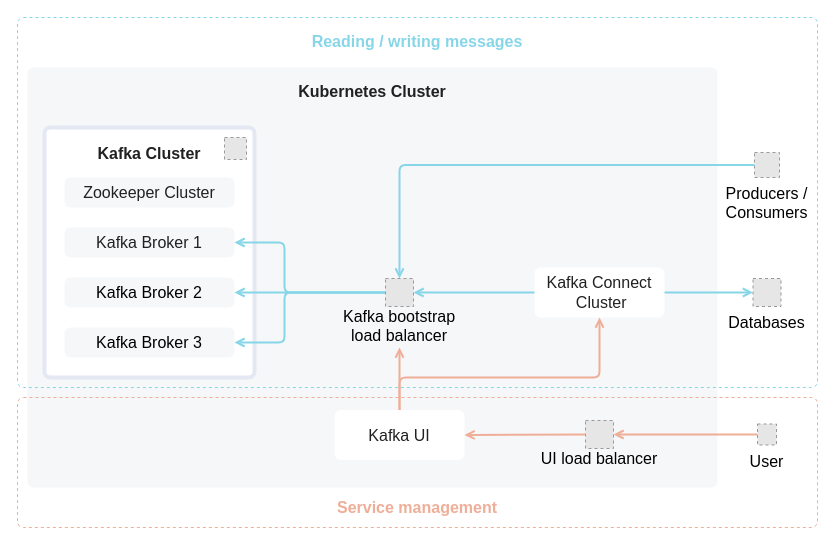
vk-cs/docs-public keeps this draw.io diagram as docs/ru/data-platform/kafka/concepts/architecture/assets/arch_diagram.drawio. Above is the earlier version. Source tidied: cells renumbered, new cells numbered last; positions are measured from the earlier drawing's top-left corner, leaving out a move shared by most shapes. Both pictures are drawn from the tidied source at 100%, with x=0, y=0 at pixel (17, 17). Pictures stored in the file or linked from it are replaced by grey dashed boxes.
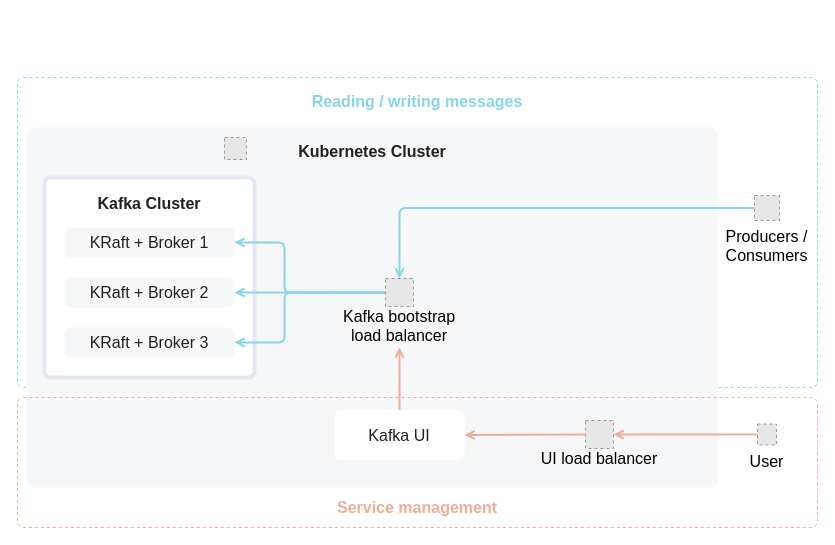
After the change.

Commit message (it also covers changes not shown here):
VKCSDOCS-2713: Обновить информацию о Kafka UI

Unchanged cells that the change refers to:
```xml
<mxCell id="9" value="&lt;font style=&quot;font-size: 16px;&quot; color=&quot;#212121&quot;&gt;Kafka UI&lt;/font&gt;" style="rounded=1;whiteSpace=wrap;html=1;fontFamily=VK Sans Display;strokeColor=none;arcsize=12;fillColor=#FFFFFF;spacing=0;spacingTop=12;spacingBottom=12;arcSize=12;absoluteArcSize=1;" parent="1" vertex="1">
  <mxGeometry x="317" y="392.5" width="130" height="50" as="geometry" />
</mxCell>
<mxCell id="15" value="Kafka bootstrap&#10;load balancer" style="fillColor=#E6E6E6;strokeColor=#999999;dashed=1;verticalLabelPosition=bottom;labelBackgroundColor=none;verticalAlign=top;fontFamily=VK Sans Display;fontSize=16;spacing=2;spacingTop=-6;" parent="1" vertex="1">
  <mxGeometry x="368" y="261" width="28" height="28" as="geometry" />
</mxCell>
```

The edit, as a diff of the source:
```diff
@@
+    <mxCell id="27" value="&lt;span style=&quot;font-size: 16px;&quot;&gt;&lt;font color=&quot;#87d6e8&quot; style=&quot;font-size: 16px;&quot;&gt;Reading / writing messages&lt;/font&gt;&lt;/span&gt;" style="rounded=1;whiteSpace=wrap;html=1;strokeColor=#87D6E8;strokeWidth=1;fontColor=#212121;fillColor=none;dashed=1;fontFamily=VK Sans Display;verticalAlign=top;spacing=10;fontStyle=1;arcSize=12;absoluteArcSize=1;fontSize=16;" parent="1" vertex="1">
+      <mxGeometry y="60" width="800" height="310" as="geometry" />
+    </mxCell>
     <mxCell id="2" value="&lt;font style=&quot;font-size: 16px;&quot; color=&quot;#212121&quot;&gt;Kubernetes Cluster&lt;/font&gt;" style="rounded=1;whiteSpace=wrap;html=1;fontFamily=VK Sans Display;strokeColor=none;arcSize=12;fillColor=#F6F7F9;spacing=10;verticalAlign=top;spacingTop=0;spacingLeft=0;spacingBottom=0;fontStyle=1;arcSize=12;absoluteArcSize=1;labelBackgroundColor=none;" parent="1" vertex="1">
-      <mxGeometry x="10" y="50" width="690" height="420" as="geometry" />
+      <mxGeometry x="10" y="110" width="690" height="360" as="geometry" />
     </mxCell>
     <mxCell id="3" value="&lt;font style=&quot;font-size: 16px;&quot; color=&quot;#212121&quot;&gt;Kafka Cluster&lt;/font&gt;" style="rounded=1;whiteSpace=wrap;html=1;fontFamily=VK Sans Display;strokeColor=#E3E8F2;arcSize=12;fillColor=#FFF;spacing=12;verticalAlign=top;spacingTop=0;strokeWidth=4;spacingLeft=0;spacingBottom=0;fontStyle=1;absoluteArcSize=1;" parent="1" vertex="1">
-      <mxGeometry x="27" y="110" width="210" height="250" as="geometry" />
+      <mxGeometry x="27" y="160" width="210" height="200" as="geometry" />
     </mxCell>
-    <mxCell id="4" value="&lt;font style=&quot;font-size: 16px;&quot; color=&quot;#212121&quot;&gt;Zookeeper Cluster&lt;/font&gt;" style="rounded=1;whiteSpace=wrap;html=1;fontFamily=VK Sans Display;strokeColor=none;arcsize=12;fillColor=#F6F7F9;spacing=0;spacingTop=12;spacingBottom=12;arcSize=12;absoluteArcSize=1;" parent="1" vertex="1">
-      <mxGeometry x="47" y="160" width="170" height="30" as="geometry" />
+    <mxCell id="4" value="&lt;font style=&quot;font-size: 16px;&quot; color=&quot;#212121&quot;&gt;KRaft +&amp;nbsp;&lt;/font&gt;&lt;font style=&quot;font-size: 16px;&quot; color=&quot;#212121&quot;&gt;Broker 1&lt;/font&gt;" style="rounded=1;whiteSpace=wrap;html=1;fontFamily=VK Sans Display;strokeColor=none;arcsize=12;fillColor=#F6F7F9;spacing=0;spacingTop=12;spacingBottom=12;arcSize=12;absoluteArcSize=1;" parent="1" vertex="1">
+      <mxGeometry x="47" y="210" width="170" height="30" as="geometry" />
     </mxCell>
-    <mxCell id="5" value="&lt;font style=&quot;font-size: 16px;&quot; color=&quot;#212121&quot;&gt;Kafka Broker 1&lt;/font&gt;" style="rounded=1;whiteSpace=wrap;html=1;fontFamily=VK Sans Display;strokeColor=none;arcsize=12;fillColor=#F6F7F9;spacing=0;spacingTop=12;spacingBottom=12;arcSize=12;absoluteArcSize=1;" parent="1" vertex="1">
-      <mxGeometry x="47" y="210" width="170" height="30" as="geometry" />
+    <mxCell id="5" value="&lt;font style=&quot;font-size: 16px;&quot; color=&quot;#212121&quot;&gt;KRaft +&amp;nbsp;&lt;/font&gt;&lt;font style=&quot;font-size: 16px;&quot; color=&quot;#212121&quot;&gt;Broker 2&lt;/font&gt;" style="rounded=1;whiteSpace=wrap;html=1;fontFamily=VK Sans Display;strokeColor=none;arcsize=12;fillColor=#F6F7F9;spacing=0;spacingTop=12;spacingBottom=12;arcSize=12;absoluteArcSize=1;" parent="1" vertex="1">
+      <mxGeometry x="47" y="260" width="170" height="30" as="geometry" />
     </mxCell>
-    <mxCell id="6" value="&lt;font style=&quot;font-size: 16px;&quot;&gt;Kafka Broker 2&lt;/font&gt;" style="rounded=1;whiteSpace=wrap;html=1;fontFamily=VK Sans Display;strokeColor=none;arcsize=12;fillColor=#F6F7F9;spacing=0;spacingTop=12;spacingBottom=12;arcSize=12;absoluteArcSize=1;" parent="1" vertex="1">
-      <mxGeometry x="47" y="260" width="170" height="30" as="geometry" />
+    <mxCell id="6" value="&lt;font style=&quot;font-size: 16px;&quot; color=&quot;#212121&quot;&gt;KRaft +&amp;nbsp;&lt;/font&gt;&lt;font style=&quot;font-size: 16px;&quot; color=&quot;#212121&quot;&gt;Broker 3&lt;/font&gt;" style="rounded=1;whiteSpace=wrap;html=1;fontFamily=VK Sans Display;strokeColor=none;arcsize=12;fillColor=#F6F7F9;spacing=0;spacingTop=12;spacingBottom=12;arcSize=12;absoluteArcSize=1;" parent="1" vertex="1">
+      <mxGeometry x="47" y="310" width="170" height="30" as="geometry" />
     </mxCell>
-    <mxCell id="7" value="&lt;font style=&quot;font-size: 16px;&quot;&gt;Kafka Broker 3&lt;/font&gt;" style="rounded=1;whiteSpace=wrap;html=1;fontFamily=VK Sans Display;strokeColor=none;arcsize=12;fillColor=#F6F7F9;spacing=0;spacingTop=12;spacingBottom=12;arcSize=12;absoluteArcSize=1;" parent="1" vertex="1">
-      <mxGeometry x="47" y="310" width="170" height="30" as="geometry" />
-    </mxCell>
-    <mxCell id="8" value="&lt;font style=&quot;font-size: 16px;&quot; color=&quot;#212121&quot;&gt;Kafka Connect&lt;br&gt;&amp;nbsp;Cluster&lt;/font&gt;" style="rounded=1;whiteSpace=wrap;html=1;fontFamily=VK Sans Display;strokeColor=none;arcsize=12;fillColor=#FFFFFF;spacing=0;spacingTop=12;spacingBottom=12;arcSize=12;absoluteArcSize=1;" parent="1" vertex="1">
-      <mxGeometry x="517" y="250" width="130" height="50" as="geometry" />
-    </mxCell>
@@
-    <mxCell id="12" style="endArrow=open;html=1;fontFamily=VK Sans Display;fontColor=#212121;rounded=0;strokeColor=#87D6E8;endFill=0;strokeWidth=2;arcSize=8;exitX=0;exitY=0.5;exitDx=0;exitDy=0;entryX=1;entryY=0.5;entryDx=0;entryDy=0;" parent="1" edge="1" source="15" target="6">
+    <mxCell id="12" style="endArrow=open;html=1;fontFamily=VK Sans Display;fontColor=#212121;rounded=0;strokeColor=#87D6E8;endFill=0;strokeWidth=2;arcSize=8;exitX=0;exitY=0.5;exitDx=0;exitDy=0;entryX=1;entryY=0.5;entryDx=0;entryDy=0;" parent="1" edge="1" source="15" target="5">
       <mxGeometry relative="1" as="geometry" />
     </mxCell>
-    <mxCell id="13" style="endArrow=none;html=1;fontFamily=VK Sans Display;fontColor=#212121;rounded=1;strokeColor=#87D6E8;endFill=0;arcsize=8;startArrow=open;startFill=0;strokeWidth=2;arcSize=12;entryX=0;entryY=0.5;entryDx=0;entryDy=0;exitX=1;exitY=0.5;exitDx=0;exitDy=0;" parent="1" edge="1" source="5" target="15">
+    <mxCell id="13" style="endArrow=none;html=1;fontFamily=VK Sans Display;fontColor=#212121;rounded=1;strokeColor=#87D6E8;endFill=0;arcsize=8;startArrow=open;startFill=0;strokeWidth=2;arcSize=12;entryX=0;entryY=0.5;entryDx=0;entryDy=0;exitX=1;exitY=0.5;exitDx=0;exitDy=0;" parent="1" edge="1" source="4" target="15">
       <mxGeometry relative="1" as="geometry">
         <Array as="points">
           <mxPoint x="267" y="225" />
           <mxPoint x="267" y="275" />
         </Array>
       </mxGeometry>
     </mxCell>
-    <mxCell id="14" style="endArrow=none;html=1;fontFamily=VK Sans Display;fontColor=#212121;rounded=1;strokeColor=#87D6E8;endFill=0;arcsize=8;startArrow=open;startFill=0;strokeWidth=2;arcSize=12;entryX=0;entryY=0.5;entryDx=0;entryDy=0;exitX=1;exitY=0.5;exitDx=0;exitDy=0;" parent="1" edge="1" source="7" target="15">
+    <mxCell id="14" style="endArrow=none;html=1;fontFamily=VK Sans Display;fontColor=#212121;rounded=1;strokeColor=#87D6E8;endFill=0;arcsize=8;startArrow=open;startFill=0;strokeWidth=2;arcSize=12;entryX=0;entryY=0.5;entryDx=0;entryDy=0;exitX=1;exitY=0.5;exitDx=0;exitDy=0;" parent="1" edge="1" source="6" target="15">
       <mxGeometry relative="1" as="geometry">
         <Array as="points">
           <mxPoint x="267" y="325" />
           <mxPoint x="267" y="275" />
         </Array>
       </mxGeometry>
     </mxCell>
@@
     <mxCell id="16" value="Producers / &#10;Consumers" style="fillColor=#E6E6E6;strokeColor=#999999;dashed=1;verticalLabelPosition=bottom;labelBackgroundColor=default;verticalAlign=top;fontFamily=VK Sans Display;fontSize=16;" parent="1" vertex="1">
-      <mxGeometry x="737" y="135" width="25" height="25" as="geometry" />
+      <mxGeometry x="737" y="178" width="25" height="25" as="geometry" />
     </mxCell>
@@
-    <mxCell id="19" style="endArrow=open;html=1;fontFamily=VK Sans Display;fontColor=#212121;rounded=0;strokeColor=#87D6E8;endFill=0;strokeWidth=2;arcSize=8;entryX=1;entryY=0.5;entryDx=0;entryDy=0;exitX=0;exitY=0.5;exitDx=0;exitDy=0;" parent="1" edge="1" source="8" target="15">
-      <mxGeometry relative="1" as="geometry" />
-    </mxCell>
@@
-    <mxCell id="22" value="Databases" style="fillColor=#E6E6E6;strokeColor=#999999;dashed=1;verticalLabelPosition=bottom;labelBackgroundColor=default;verticalAlign=top;fontSize=16;fontFamily=VK Sans Display;" parent="1" vertex="1">
-      <mxGeometry x="735.5" y="261" width="28" height="28" as="geometry" />
-    </mxCell>
-    <mxCell id="23" style="endArrow=open;html=1;fontFamily=VK Sans Display;fontColor=#212121;rounded=0;strokeColor=#87D6E8;endFill=0;strokeWidth=2;arcSize=8;entryX=0;entryY=0.5;entryDx=0;entryDy=0;exitX=1;exitY=0.5;exitDx=0;exitDy=0;" parent="1" edge="1" source="8" target="22">
-      <mxGeometry relative="1" as="geometry" />
-    </mxCell>
     <mxCell id="24" style="endArrow=open;html=1;fontFamily=VK Sans Display;fontColor=#212121;rounded=1;strokeColor=#87D6E8;endFill=0;strokeWidth=2;arcSize=12;exitX=0;exitY=0.5;exitDx=0;exitDy=0;entryX=0.5;entryY=0;entryDx=0;entryDy=0;edgeStyle=orthogonalEdgeStyle;" parent="1" edge="1" source="16" target="15">
-      <mxGeometry relative="1" as="geometry" />
+      <mxGeometry relative="1" as="geometry">
+        <Array as="points">
+          <mxPoint x="737" y="190" />
+          <mxPoint x="382" y="190" />
+        </Array>
+      </mxGeometry>
     </mxCell>
-    <mxCell id="25" style="endArrow=open;html=1;fontFamily=VK Sans Display;fontColor=#212121;rounded=1;strokeColor=#EFAE98;endFill=0;strokeWidth=2;arcSize=12;exitX=0.5;exitY=0;exitDx=0;exitDy=0;entryX=0.5;entryY=1;entryDx=0;entryDy=0;edgeStyle=elbowEdgeStyle;elbow=vertical;" parent="1" edge="1" source="9" target="8">
-      <mxGeometry relative="1" as="geometry">
-        <Array as="points">
-          <mxPoint x="490" y="360" />
-        </Array>
-      </mxGeometry>
-    </mxCell>
@@
-    <mxCell id="27" value="&lt;span style=&quot;font-size: 16px;&quot;&gt;&lt;font color=&quot;#87d6e8&quot; style=&quot;font-size: 16px;&quot;&gt;Reading / writing messages&lt;/font&gt;&lt;/span&gt;" style="rounded=1;whiteSpace=wrap;html=1;strokeColor=#87D6E8;strokeWidth=1;fontColor=#212121;fillColor=none;dashed=1;fontFamily=VK Sans Display;verticalAlign=top;spacing=10;fontStyle=1;arcSize=12;absoluteArcSize=1;fontSize=16;" parent="1" vertex="1">
-      <mxGeometry width="800" height="370" as="geometry" />
-    </mxCell>
```
